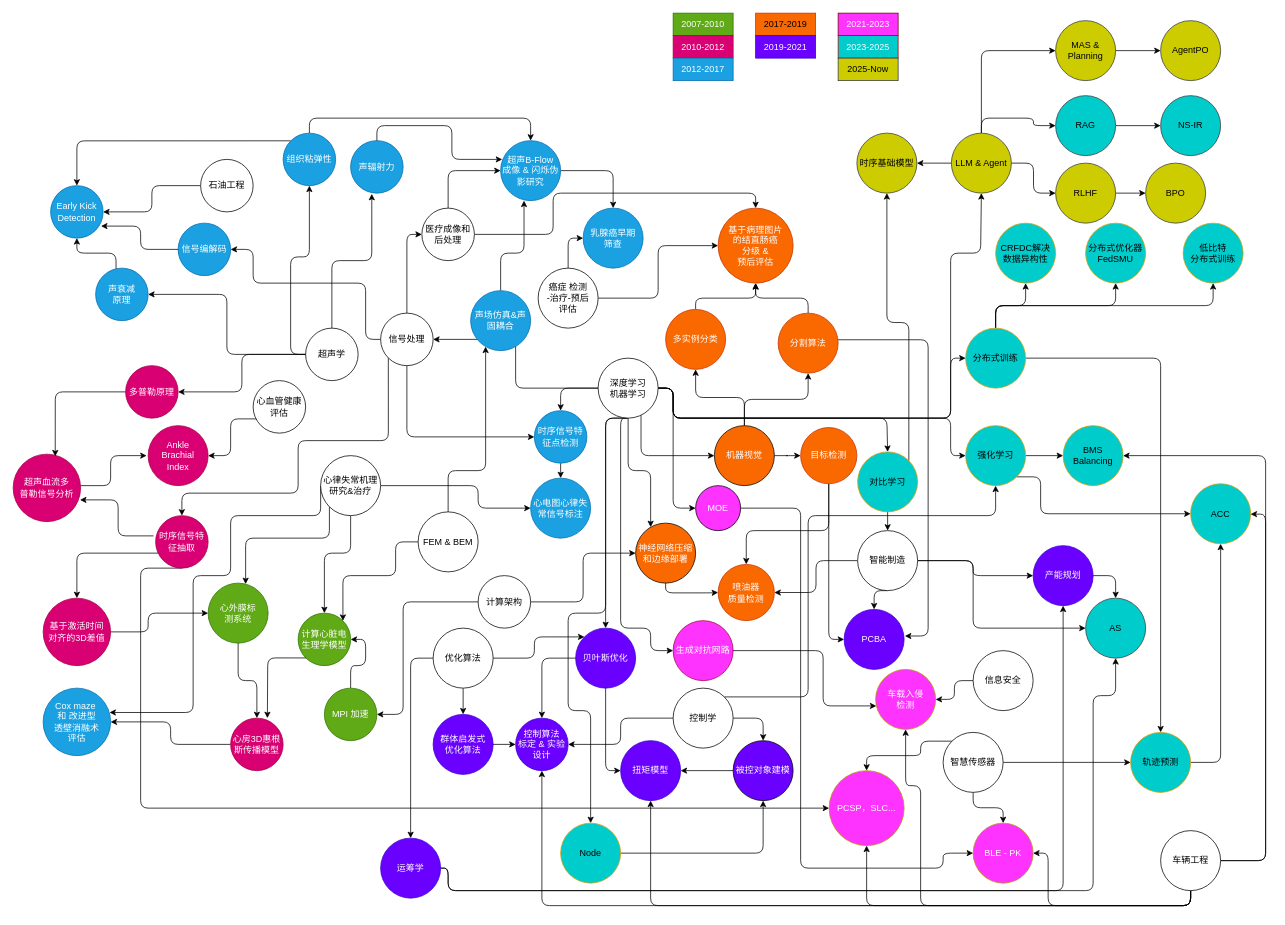
Above: doc/study.drawio in alfredlu/alfredlu.github.io (draw.io), before the change. Source tidied: cells renumbered, new cells numbered last; positions are measured from the earlier drawing's top-left corner, leaving out a move shared by most shapes. Both pictures are drawn from the tidied source at 75%, with x=0, y=0 at pixel (13, 13).
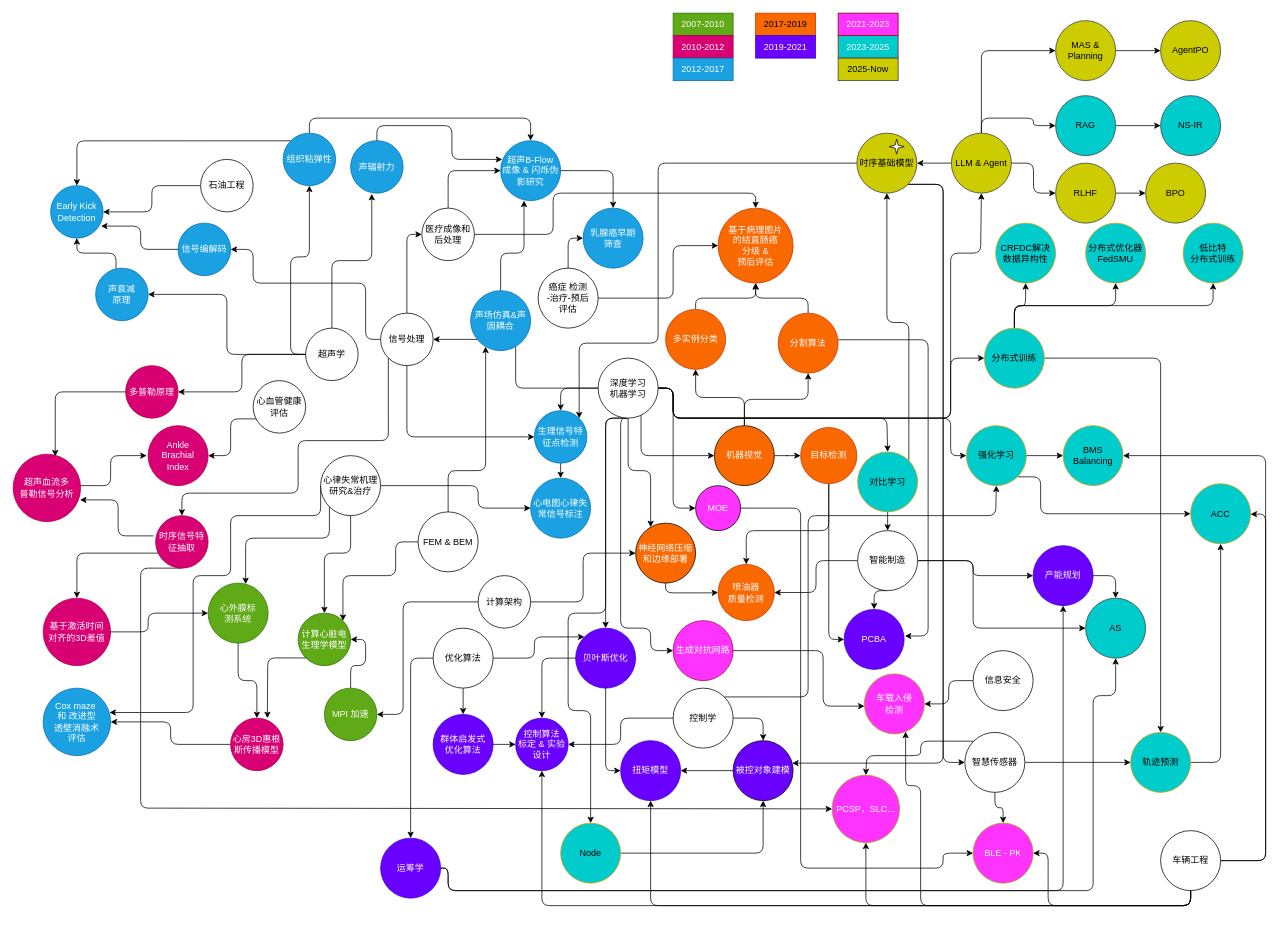
Above is the later version.

The change refers to these unchanged cells:
```xml
<mxCell id="67" value="&lt;font style=&quot;color: light-dark(rgb(0, 0, 0), rgb(102, 255, 102));&quot;&gt;癌症 检测&lt;/font&gt;&lt;div&gt;&lt;font style=&quot;color: light-dark(rgb(0, 0, 0), rgb(102, 255, 102));&quot;&gt;-治疗-预后&lt;/font&gt;&lt;/div&gt;&lt;div&gt;&lt;font style=&quot;color: light-dark(rgb(0, 0, 0), rgb(102, 255, 102));&quot;&gt;评估&lt;/font&gt;&lt;/div&gt;" style="ellipse;whiteSpace=wrap;html=1;" parent="1" vertex="1">
  <mxGeometry x="700" y="340" width="80" height="80" as="geometry" />
</mxCell>
<mxCell id="88" value="基于病理图片&lt;div&gt;的结直肠癌&lt;div&gt;分级 &amp;amp;&lt;div&gt;预后评估&lt;/div&gt;&lt;/div&gt;&lt;/div&gt;" style="ellipse;whiteSpace=wrap;html=1;fillColor=#fa6800;strokeColor=#C73500;fontColor=#FFFFFF;" parent="1" vertex="1">
  <mxGeometry x="940" y="260" width="100" height="100" as="geometry" />
</mxCell>
<mxCell id="114" value="被控对象建模" style="ellipse;whiteSpace=wrap;html=1;fillColor=#6A00FF;fontColor=#FFFFFF;" parent="1" vertex="1">
  <mxGeometry x="960" y="970" width="80" height="80" as="geometry" />
</mxCell>
<mxCell id="132" value="生成对抗网路" style="ellipse;whiteSpace=wrap;html=1;fillColor=#FF33FF;strokeColor=#A50040;fontColor=#ffffff;" parent="1" vertex="1">
  <mxGeometry x="880" y="810" width="80" height="80" as="geometry" />
</mxCell>
<mxCell id="184" value="时序基础模型" style="ellipse;whiteSpace=wrap;html=1;fillColor=#CCCC00;strokeColor=#36393d;" parent="1" vertex="1">
  <mxGeometry x="1125" y="160" width="80" height="80" as="geometry" />
</mxCell>
<mxCell id="191" value="&lt;font style=&quot;color: light-dark(rgb(0, 0, 0), rgb(102, 255, 102));&quot;&gt;车辆工程&lt;/font&gt;" style="ellipse;whiteSpace=wrap;html=1;" parent="1" vertex="1">
  <mxGeometry x="1530" y="1090" width="80" height="80" as="geometry" />
</mxCell>
```

Change to the diagram source:
```diff
@@
     <mxCell id="66" style="edgeStyle=orthogonalEdgeStyle;jettySize=auto;html=1;exitX=1;exitY=0.5;exitDx=0;exitDy=0;entryX=0;entryY=0.5;entryDx=0;entryDy=0;" parent="1" edge="1" source="67" target="88">
-      <mxGeometry relative="1" as="geometry" />
+      <mxGeometry relative="1" as="geometry">
+        <Array as="points">
+          <mxPoint x="880" y="380" />
+          <mxPoint x="880" y="310" />
+        </Array>
+      </mxGeometry>
     </mxCell>
@@
-    <mxCell id="85" value="时序信号特征点检测" style="ellipse;whiteSpace=wrap;html=1;fillColor=#1ba1e2;strokeColor=#006EAF;fontColor=light-dark(#FFFFFF,#FFFFFF);" parent="1" vertex="1">
+    <mxCell id="85" value="生理信号特征点检测" style="ellipse;whiteSpace=wrap;html=1;fillColor=#1ba1e2;strokeColor=#006EAF;fontColor=light-dark(#FFFFFF,#FFFFFF);" parent="1" vertex="1">
       <mxGeometry x="695" y="530" width="70" height="70" as="geometry" />
     </mxCell>
@@
     <mxCell id="130" value="车载入侵&lt;div&gt;检测&lt;/div&gt;" style="ellipse;whiteSpace=wrap;html=1;fillColor=#FF33FF;strokeColor=#B09500;fontColor=#FFFFFF;" parent="1" vertex="1">
-      <mxGeometry x="1150" y="875" width="80" height="80" as="geometry" />
+      <mxGeometry x="1135" y="881" width="80" height="80" as="geometry" />
     </mxCell>
@@
-    <mxCell id="133" style="edgeStyle=orthogonalEdgeStyle;jettySize=auto;html=1;exitX=1;exitY=0.5;exitDx=0;exitDy=0;entryX=0.012;entryY=0.609;entryDx=0;entryDy=0;entryPerimeter=0;" parent="1" edge="1" source="132" target="130">
+    <mxCell id="133" style="edgeStyle=orthogonalEdgeStyle;jettySize=auto;html=1;exitX=1;exitY=0.5;exitDx=0;exitDy=0;" parent="1" edge="1" source="132" target="130">
       <mxGeometry relative="1" as="geometry">
         <Array as="points">
           <mxPoint x="1080" y="850" />
           <mxPoint x="1080" y="924" />
         </Array>
       </mxGeometry>
     </mxCell>
     <mxCell id="134" value="PCSP，SLC..." style="ellipse;whiteSpace=wrap;html=1;fillColor=#FF33FF;strokeColor=#B09500;fontColor=#FFFFFF;" parent="1" vertex="1">
-      <mxGeometry x="1088" y="1010" width="100" height="100" as="geometry" />
+      <mxGeometry x="1092" y="1016" width="90" height="90" as="geometry" />
     </mxCell>
@@
     <mxCell id="138" value="&lt;font style=&quot;color: light-dark(rgb(0, 0, 0), rgb(102, 255, 102));&quot;&gt;智慧传感器&lt;/font&gt;" style="ellipse;whiteSpace=wrap;html=1;" parent="1" vertex="1">
-      <mxGeometry x="1240" y="959" width="80" height="80" as="geometry" />
+      <mxGeometry x="1269" y="959" width="80" height="80" as="geometry" />
     </mxCell>
@@
     <mxCell id="151" value="分布式训练" style="ellipse;whiteSpace=wrap;html=1;fillColor=#00CCCC;strokeColor=#d79b00;" parent="1" vertex="1">
-      <mxGeometry x="1270" y="420" width="80" height="80" as="geometry" />
+      <mxGeometry x="1295" y="420" width="80" height="80" as="geometry" />
     </mxCell>
@@
     <mxCell id="154" value="强化学习" style="ellipse;whiteSpace=wrap;html=1;fillColor=#00CCCC;strokeColor=#d79b00;" parent="1" vertex="1">
-      <mxGeometry x="1270" y="550" width="80" height="80" as="geometry" />
+      <mxGeometry x="1271" y="550" width="80" height="80" as="geometry" />
     </mxCell>
@@
+    <mxCell id="193" style="edgeStyle=orthogonalEdgeStyle;rounded=1;jettySize=auto;html=1;exitX=0;exitY=0.5;exitDx=0;exitDy=0;entryX=1;entryY=0;entryDx=0;entryDy=0;curved=0;" parent="1" edge="1" source="184" target="85">
+      <mxGeometry relative="1" as="geometry">
+        <Array as="points">
+          <mxPoint x="860" y="200" />
+          <mxPoint x="860" y="440" />
+          <mxPoint x="755" y="440" />
+        </Array>
+      </mxGeometry>
+    </mxCell>
+    <mxCell id="194" style="edgeStyle=orthogonalEdgeStyle;rounded=1;jettySize=auto;html=1;exitX=1;exitY=1;exitDx=0;exitDy=0;curved=0;" parent="1" edge="1" source="184" target="114">
+      <mxGeometry relative="1" as="geometry">
+        <Array as="points">
+          <mxPoint x="1240" y="228" />
+          <mxPoint x="1240" y="1000" />
+        </Array>
+      </mxGeometry>
+    </mxCell>
+    <mxCell id="195" style="edgeStyle=orthogonalEdgeStyle;rounded=1;jettySize=auto;html=1;exitX=1;exitY=1;exitDx=0;exitDy=0;entryX=0;entryY=0.5;entryDx=0;entryDy=0;curved=0;" parent="1" edge="1" source="184" target="138">
+      <mxGeometry relative="1" as="geometry">
+        <Array as="points">
+          <mxPoint x="1240" y="228" />
+          <mxPoint x="1240" y="999" />
+        </Array>
+      </mxGeometry>
+    </mxCell>
@@
-    <mxCell id="192" style="edgeStyle=orthogonalEdgeStyle;rounded=1;jettySize=auto;html=1;exitX=0.5;exitY=1;exitDx=0;exitDy=0;entryX=0.5;entryY=1;entryDx=0;entryDy=0;curved=0;" parent="1" edge="1" source="191" target="130">
+    <mxCell id="192" style="edgeStyle=orthogonalEdgeStyle;rounded=1;jettySize=auto;html=1;exitX=0.5;exitY=1;exitDx=0;exitDy=0;curved=0;" parent="1" edge="1" source="191" target="130">
       <mxGeometry relative="1" as="geometry">
         <Array as="points">
           <mxPoint x="1570" y="1190" />
           <mxPoint x="1210" y="1190" />
           <mxPoint x="1210" y="1030" />
           <mxPoint x="1190" y="1030" />
         </Array>
       </mxGeometry>
     </mxCell>
+    <mxCell id="196" style="verticalLabelPosition=bottom;verticalAlign=top;html=1;shape=mxgraph.basic.4_point_star_2;dx=0.8;fillColor=light-dark(#FFFFFF,#FF0000);" parent="1" vertex="1">
+      <mxGeometry x="1168" y="168" width="20" height="20" as="geometry" />
+    </mxCell>
```
